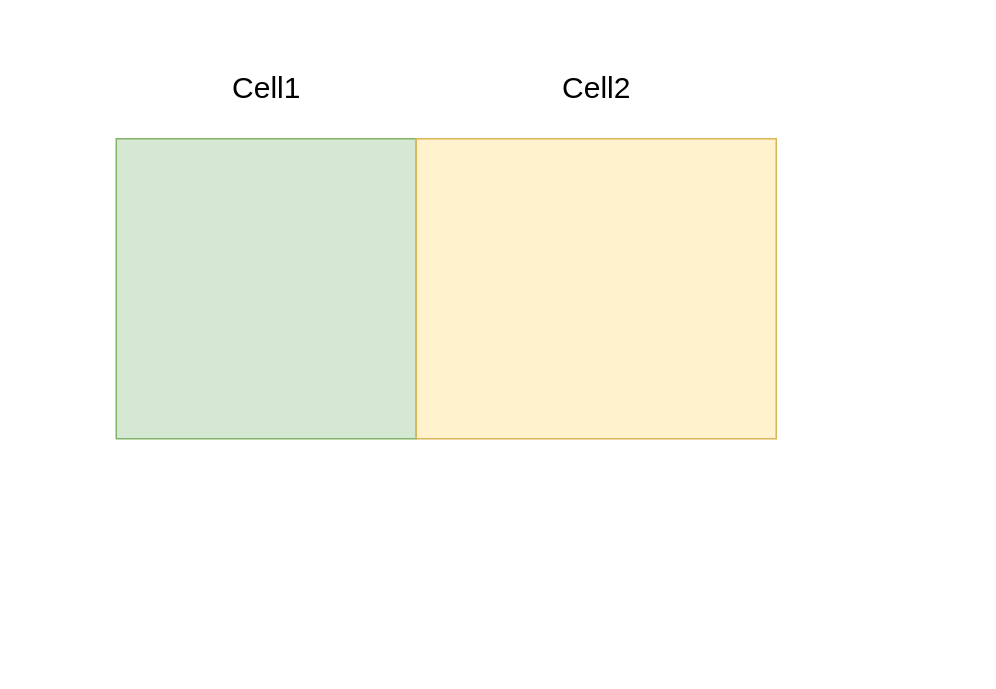
Before: blog/bigworld-load-balance-entity-bound-1.drawio in antsmallant/MyDraw, a draw.io diagram. Source tidied: cells renumbered, new cells numbered last; positions are measured from the earlier drawing's top-left corner, leaving out a move shared by most shapes. Both pictures are drawn from the tidied source at 150%, with x=0, y=0 at pixel (116, 56).
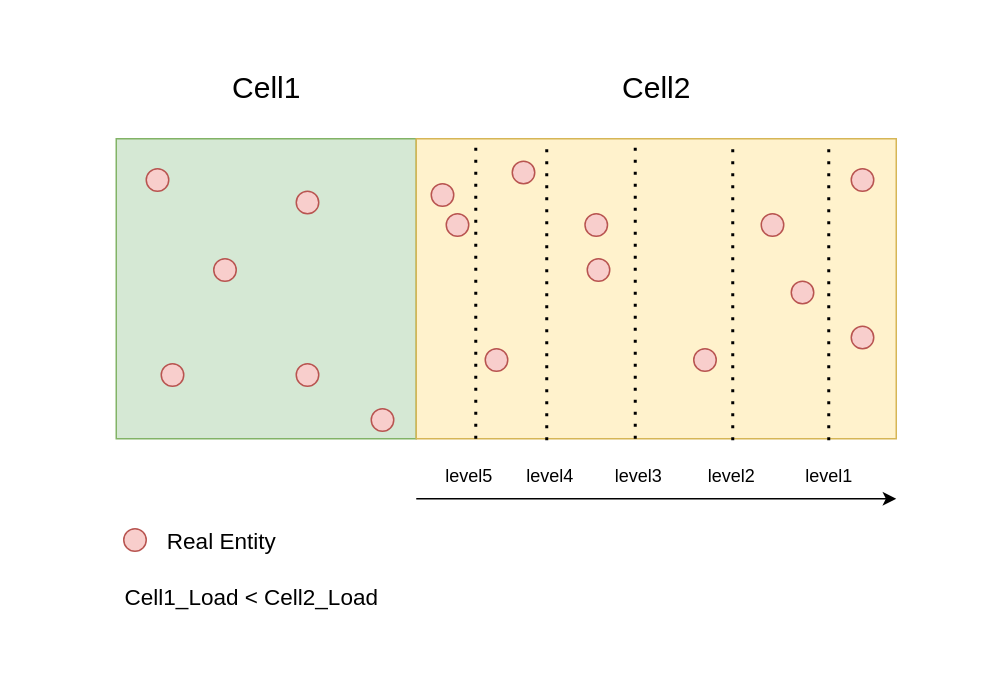
Above is the later version.

What changed in the source:
```diff
@@
     <mxCell id="3" style="rounded=0;whiteSpace=wrap;html=1;fillColor=#fff2cc;strokeColor=#d6b656;" parent="1" vertex="1">
-      <mxGeometry x="200" y="55" width="240" height="200" as="geometry" />
+      <mxGeometry x="200" y="55" width="320" height="200" as="geometry" />
     </mxCell>
@@
     <mxCell id="5" value="Cell2" style="text;html=1;align=center;verticalAlign=middle;strokeColor=none;fillColor=none;fontSize=20;" parent="1" vertex="1">
-      <mxGeometry x="285" width="70" height="40" as="geometry" />
+      <mxGeometry x="325" width="70" height="40" as="geometry" />
     </mxCell>
+    <mxCell id="6" style="endArrow=none;dashed=1;html=1;dashPattern=1 3;strokeWidth=2;rounded=0;entryX=0.124;entryY=0.002;entryDx=0;entryDy=0;entryPerimeter=0;exitX=0.124;exitY=1;exitDx=0;exitDy=0;exitPerimeter=0;" parent="1" edge="1" source="3" target="3">
+      <mxGeometry relative="1" as="geometry" />
+    </mxCell>
+    <mxCell id="7" style="endArrow=none;dashed=1;html=1;dashPattern=1 3;strokeWidth=2;rounded=0;entryX=0.124;entryY=0.002;entryDx=0;entryDy=0;entryPerimeter=0;" parent="1" edge="1">
+      <mxGeometry relative="1" as="geometry">
+        <mxPoint x="287" y="256" as="sourcePoint" />
+        <mxPoint x="287" y="56" as="targetPoint" />
+      </mxGeometry>
+    </mxCell>
+    <mxCell id="8" style="endArrow=none;dashed=1;html=1;dashPattern=1 3;strokeWidth=2;rounded=0;entryX=0.124;entryY=0.002;entryDx=0;entryDy=0;entryPerimeter=0;" parent="1" edge="1">
+      <mxGeometry relative="1" as="geometry">
+        <mxPoint x="346" y="255" as="sourcePoint" />
+        <mxPoint x="346" y="55" as="targetPoint" />
+      </mxGeometry>
+    </mxCell>
+    <mxCell id="9" style="endArrow=none;dashed=1;html=1;dashPattern=1 3;strokeWidth=2;rounded=0;entryX=0.124;entryY=0.002;entryDx=0;entryDy=0;entryPerimeter=0;" parent="1" edge="1">
+      <mxGeometry relative="1" as="geometry">
+        <mxPoint x="411" y="256" as="sourcePoint" />
+        <mxPoint x="411" y="56" as="targetPoint" />
+      </mxGeometry>
+    </mxCell>
+    <mxCell id="10" style="endArrow=none;dashed=1;html=1;dashPattern=1 3;strokeWidth=2;rounded=0;entryX=0.124;entryY=0.002;entryDx=0;entryDy=0;entryPerimeter=0;" parent="1" edge="1">
+      <mxGeometry relative="1" as="geometry">
+        <mxPoint x="475" y="256" as="sourcePoint" />
+        <mxPoint x="475" y="56" as="targetPoint" />
+      </mxGeometry>
+    </mxCell>
+    <mxCell id="11" value="level5" style="text;html=1;align=center;verticalAlign=middle;strokeColor=none;fillColor=none;" parent="1" vertex="1">
+      <mxGeometry x="210" y="265" width="50" height="30" as="geometry" />
+    </mxCell>
+    <mxCell id="12" value="level4" style="text;html=1;align=center;verticalAlign=middle;strokeColor=none;fillColor=none;" parent="1" vertex="1">
+      <mxGeometry x="264" y="265" width="50" height="30" as="geometry" />
+    </mxCell>
+    <mxCell id="13" style="ellipse;whiteSpace=wrap;html=1;fillColor=#f8cecc;strokeColor=#b85450;" parent="1" vertex="1">
+      <mxGeometry x="210" y="85" width="15" height="15" as="geometry" />
+    </mxCell>
+    <mxCell id="14" style="ellipse;whiteSpace=wrap;html=1;fillColor=#f8cecc;strokeColor=#b85450;" parent="1" vertex="1">
+      <mxGeometry x="220" y="105" width="15" height="15" as="geometry" />
+    </mxCell>
+    <mxCell id="15" style="ellipse;whiteSpace=wrap;html=1;fillColor=#f8cecc;strokeColor=#b85450;" parent="1" vertex="1">
+      <mxGeometry x="264" y="70" width="15" height="15" as="geometry" />
+    </mxCell>
+    <mxCell id="16" style="ellipse;whiteSpace=wrap;html=1;fillColor=#f8cecc;strokeColor=#b85450;" parent="1" vertex="1">
+      <mxGeometry x="246" y="195" width="15" height="15" as="geometry" />
+    </mxCell>
+    <mxCell id="17" style="ellipse;whiteSpace=wrap;html=1;fillColor=#f8cecc;strokeColor=#b85450;" parent="1" vertex="1">
+      <mxGeometry x="312.5" y="105" width="15" height="15" as="geometry" />
+    </mxCell>
+    <mxCell id="18" style="ellipse;whiteSpace=wrap;html=1;fillColor=#f8cecc;strokeColor=#b85450;" parent="1" vertex="1">
+      <mxGeometry x="314" y="135" width="15" height="15" as="geometry" />
+    </mxCell>
+    <mxCell id="19" style="ellipse;whiteSpace=wrap;html=1;fillColor=#f8cecc;strokeColor=#b85450;" parent="1" vertex="1">
+      <mxGeometry x="20" y="75" width="15" height="15" as="geometry" />
+    </mxCell>
+    <mxCell id="20" style="ellipse;whiteSpace=wrap;html=1;fillColor=#f8cecc;strokeColor=#b85450;" parent="1" vertex="1">
+      <mxGeometry x="65" y="135" width="15" height="15" as="geometry" />
+    </mxCell>
+    <mxCell id="21" style="ellipse;whiteSpace=wrap;html=1;fillColor=#f8cecc;strokeColor=#b85450;" parent="1" vertex="1">
+      <mxGeometry x="120" y="90" width="15" height="15" as="geometry" />
+    </mxCell>
+    <mxCell id="22" style="ellipse;whiteSpace=wrap;html=1;fillColor=#f8cecc;strokeColor=#b85450;" parent="1" vertex="1">
+      <mxGeometry x="170" y="235" width="15" height="15" as="geometry" />
+    </mxCell>
+    <mxCell id="23" style="ellipse;whiteSpace=wrap;html=1;fillColor=#f8cecc;strokeColor=#b85450;" parent="1" vertex="1">
+      <mxGeometry x="120" y="205" width="15" height="15" as="geometry" />
+    </mxCell>
+    <mxCell id="24" style="ellipse;whiteSpace=wrap;html=1;fillColor=#f8cecc;strokeColor=#b85450;" parent="1" vertex="1">
+      <mxGeometry x="30" y="205" width="15" height="15" as="geometry" />
+    </mxCell>
+    <mxCell id="25" style="ellipse;whiteSpace=wrap;html=1;fillColor=#f8cecc;strokeColor=#b85450;" parent="1" vertex="1">
+      <mxGeometry x="385" y="195" width="15" height="15" as="geometry" />
+    </mxCell>
+    <mxCell id="26" style="ellipse;whiteSpace=wrap;html=1;fillColor=#f8cecc;strokeColor=#b85450;" parent="1" vertex="1">
+      <mxGeometry x="430" y="105" width="15" height="15" as="geometry" />
+    </mxCell>
+    <mxCell id="27" style="ellipse;whiteSpace=wrap;html=1;fillColor=#f8cecc;strokeColor=#b85450;" parent="1" vertex="1">
+      <mxGeometry x="450" y="150" width="15" height="15" as="geometry" />
+    </mxCell>
+    <mxCell id="28" style="ellipse;whiteSpace=wrap;html=1;fillColor=#f8cecc;strokeColor=#b85450;" parent="1" vertex="1">
+      <mxGeometry x="490" y="75" width="15" height="15" as="geometry" />
+    </mxCell>
+    <mxCell id="29" style="ellipse;whiteSpace=wrap;html=1;fillColor=#f8cecc;strokeColor=#b85450;" parent="1" vertex="1">
+      <mxGeometry x="490" y="180" width="15" height="15" as="geometry" />
+    </mxCell>
+    <mxCell id="30" value="level3" style="text;html=1;align=center;verticalAlign=middle;strokeColor=none;fillColor=none;" parent="1" vertex="1">
+      <mxGeometry x="322.5" y="265" width="50" height="30" as="geometry" />
+    </mxCell>
+    <mxCell id="31" value="level2" style="text;html=1;align=center;verticalAlign=middle;strokeColor=none;fillColor=none;" parent="1" vertex="1">
+      <mxGeometry x="385" y="265" width="50" height="30" as="geometry" />
+    </mxCell>
+    <mxCell id="32" value="level1" style="text;html=1;align=center;verticalAlign=middle;strokeColor=none;fillColor=none;" parent="1" vertex="1">
+      <mxGeometry x="450" y="265" width="50" height="30" as="geometry" />
+    </mxCell>
+    <mxCell id="33" style="ellipse;whiteSpace=wrap;html=1;fillColor=#f8cecc;strokeColor=#b85450;" parent="1" vertex="1">
+      <mxGeometry x="5" y="315" width="15" height="15" as="geometry" />
+    </mxCell>
+    <mxCell id="34" value="Real Entity" style="text;html=1;align=center;verticalAlign=middle;strokeColor=none;fillColor=none;fontSize=15;" parent="1" vertex="1">
+      <mxGeometry x="20" y="307.5" width="100" height="30" as="geometry" />
+    </mxCell>
+    <mxCell id="35" value="Cell1_Load &amp;lt; Cell2_Load" style="text;html=1;align=center;verticalAlign=middle;strokeColor=none;fillColor=none;fontSize=15;" parent="1" vertex="1">
+      <mxGeometry x="-5" y="345" width="190" height="30" as="geometry" />
+    </mxCell>
+    <mxCell id="36" style="endArrow=classic;html=1;rounded=0;" parent="1" edge="1">
+      <mxGeometry relative="1" as="geometry">
+        <mxPoint x="200" y="295" as="sourcePoint" />
+        <mxPoint x="520" y="295" as="targetPoint" />
+      </mxGeometry>
+    </mxCell>
+    <mxCell id="37" style="rounded=0;whiteSpace=wrap;html=1;fillColor=none;strokeColor=none;" parent="1" vertex="1">
+      <mxGeometry x="-60" y="-20" width="630" height="425" as="geometry" />
+    </mxCell>
```
